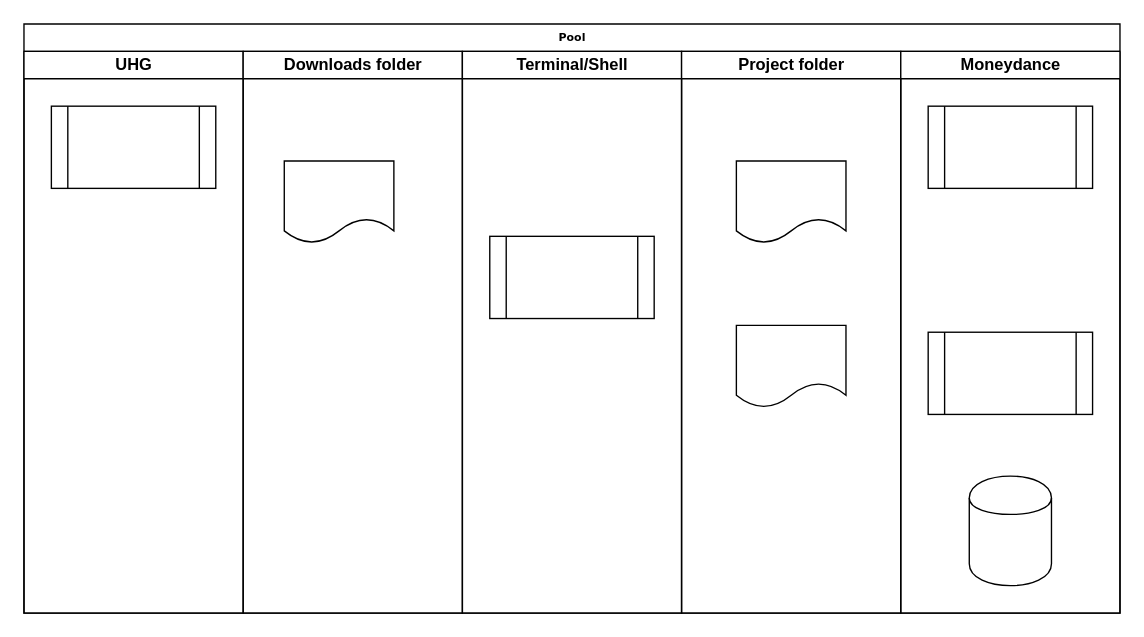
This is system-diagram.drawio from cronical/claim-bridge, a draw.io file, before an edit. Source tidied: cells renumbered, new cells numbered last; positions are measured from the earlier drawing's top-left corner, leaving out a move shared by most shapes. Both pictures are drawn from the tidied source at 137%, with x=0, y=0 at pixel (23, 23).
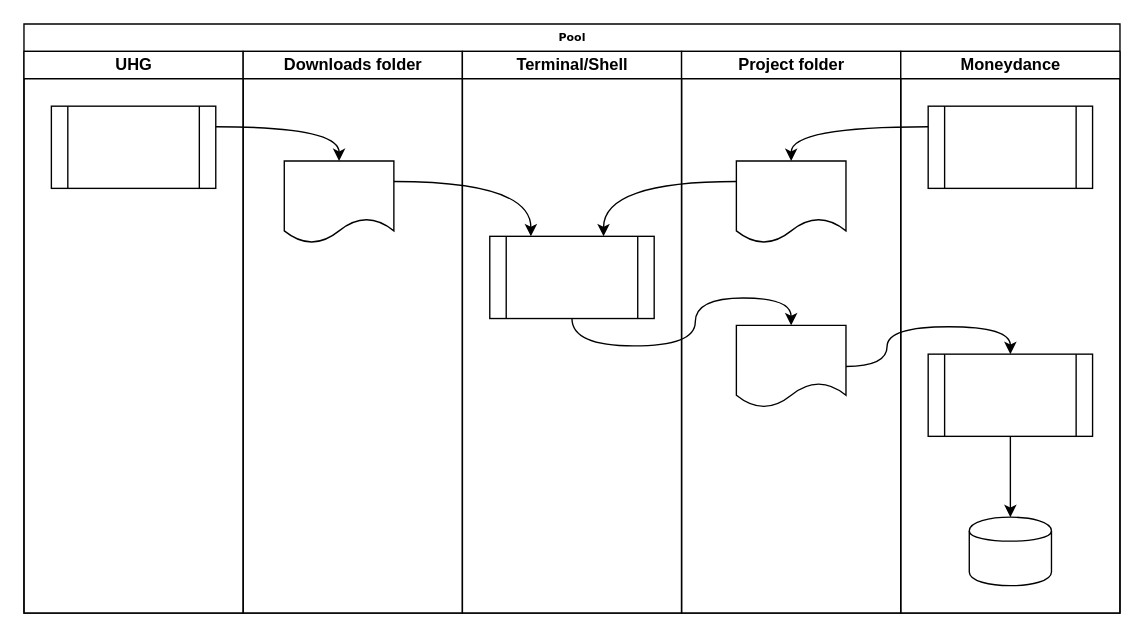
The same diagram, later.

Unchanged cells that the change refers to:
```xml
<mxCell id="2" value="Pool" style="swimlane;html=1;startSize=20;rounded=0;shadow=0;labelBackgroundColor=none;strokeWidth=1;fontFamily=Verdana;fontSize=8;align=center;" parent="1" vertex="1">
  <mxGeometry width="800" height="430" as="geometry" />
</mxCell>
<mxCell id="4" style="shape=process;whiteSpace=wrap;html=1;backgroundOutline=1;" parent="3" vertex="1">
  <mxGeometry x="20" y="40" width="120" height="60" as="geometry" />
</mxCell>
<mxCell id="8" style="shape=document;whiteSpace=wrap;html=1;boundedLbl=1;" parent="7" vertex="1">
  <mxGeometry width="80" height="60" as="geometry" />
</mxCell>
<mxCell id="10" style="shape=process;whiteSpace=wrap;html=1;backgroundOutline=1;" parent="9" vertex="1">
  <mxGeometry x="20" y="135" width="120" height="60" as="geometry" />
</mxCell>
<mxCell id="14" style="shape=document;whiteSpace=wrap;html=1;boundedLbl=1;" parent="13" vertex="1">
  <mxGeometry width="80" height="60" as="geometry" />
</mxCell>
<mxCell id="17" style="shape=document;whiteSpace=wrap;html=1;boundedLbl=1;" parent="16" vertex="1">
  <mxGeometry width="80" height="60" as="geometry" />
</mxCell>
<mxCell id="18" value="Moneydance" style="swimlane;html=1;startSize=20;" parent="2" vertex="1">
  <mxGeometry x="640" y="20" width="160" height="410" as="geometry" />
</mxCell>
<mxCell id="19" style="shape=process;whiteSpace=wrap;html=1;backgroundOutline=1;" parent="18" vertex="1">
  <mxGeometry x="20" y="40" width="120" height="60" as="geometry" />
</mxCell>
```

Change to the diagram source:
```diff
@@
+    <mxCell id="22" style="edgeStyle=orthogonalEdgeStyle;curved=1;rounded=0;jettySize=auto;html=1;exitX=0.5;exitY=1;exitDx=0;exitDy=0;" parent="18" edge="1" source="20" target="21">
+      <mxGeometry relative="1" as="geometry" />
+    </mxCell>
     <mxCell id="20" style="shape=process;whiteSpace=wrap;html=1;backgroundOutline=1;" parent="18" vertex="1">
-      <mxGeometry x="20" y="205" width="120" height="60" as="geometry" />
+      <mxGeometry x="20" y="221" width="120" height="60" as="geometry" />
     </mxCell>
     <mxCell id="21" style="shape=cylinder;whiteSpace=wrap;html=1;boundedLbl=1;backgroundOutline=1;" parent="18" vertex="1">
-      <mxGeometry x="50" y="310" width="60" height="80" as="geometry" />
+      <mxGeometry x="50" y="340" width="60" height="50" as="geometry" />
     </mxCell>
+    <mxCell id="23" style="edgeStyle=orthogonalEdgeStyle;curved=1;rounded=0;jettySize=auto;html=1;exitX=1;exitY=0.25;exitDx=0;exitDy=0;entryX=0.5;entryY=0;entryDx=0;entryDy=0;" parent="2" edge="1" source="4" target="8">
+      <mxGeometry relative="1" as="geometry" />
+    </mxCell>
+    <mxCell id="24" style="edgeStyle=orthogonalEdgeStyle;curved=1;rounded=0;jettySize=auto;html=1;exitX=0;exitY=0.25;exitDx=0;exitDy=0;entryX=0.5;entryY=0;entryDx=0;entryDy=0;" parent="2" edge="1" source="19" target="17">
+      <mxGeometry relative="1" as="geometry" />
+    </mxCell>
+    <mxCell id="25" style="edgeStyle=orthogonalEdgeStyle;curved=1;rounded=0;jettySize=auto;html=1;exitX=1;exitY=0.25;exitDx=0;exitDy=0;entryX=0.25;entryY=0;entryDx=0;entryDy=0;" parent="2" edge="1" source="8" target="10">
+      <mxGeometry relative="1" as="geometry" />
+    </mxCell>
+    <mxCell id="26" style="edgeStyle=orthogonalEdgeStyle;curved=1;rounded=0;jettySize=auto;html=1;exitX=0;exitY=0.25;exitDx=0;exitDy=0;entryX=0.692;entryY=0;entryDx=0;entryDy=0;entryPerimeter=0;" parent="2" edge="1" source="17" target="10">
+      <mxGeometry relative="1" as="geometry" />
+    </mxCell>
+    <mxCell id="27" style="edgeStyle=orthogonalEdgeStyle;curved=1;rounded=0;jettySize=auto;html=1;exitX=0.5;exitY=1;exitDx=0;exitDy=0;" parent="2" edge="1" source="10" target="14">
+      <mxGeometry relative="1" as="geometry" />
+    </mxCell>
+    <mxCell id="28" style="edgeStyle=orthogonalEdgeStyle;curved=1;rounded=0;jettySize=auto;html=1;exitX=1;exitY=0.5;exitDx=0;exitDy=0;entryX=0.5;entryY=0;entryDx=0;entryDy=0;" parent="2" edge="1" source="14" target="20">
+      <mxGeometry relative="1" as="geometry" />
+    </mxCell>
```
